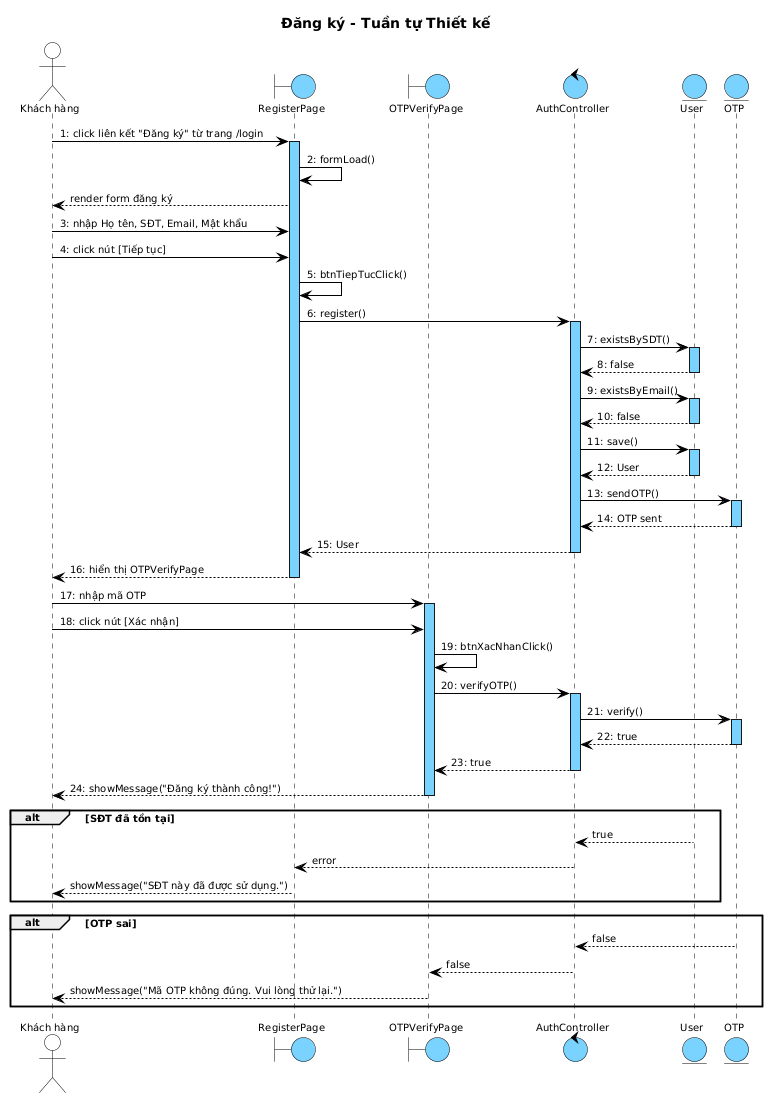
Above: docs/tabs/images/account/account_seq_register_design.png in thanhtrnnn/cnpm (PlantUML), before the change.
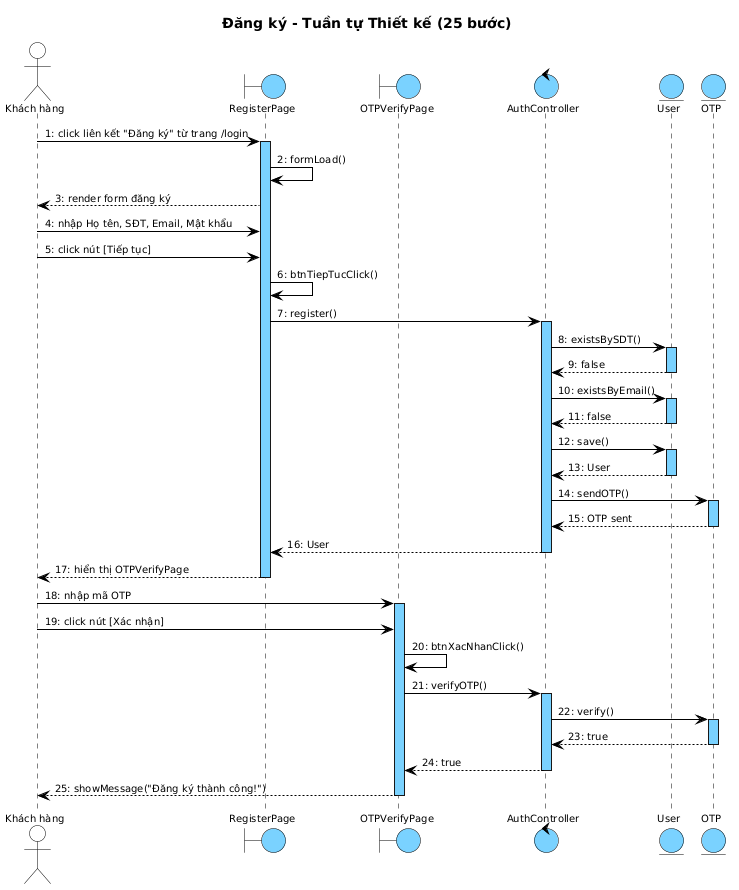
After the change.

What changed in the source:
```diff
@@ -1,23 +1,54 @@
 @startuml
 skinparam shadowing false
 skinparam SequenceMessageAlign left
+
 skinparam SequenceLifeLineBackgroundColor #7AD2FF
 skinparam SequenceLifeLineBorderColor #000000
 
 <style>
 sequenceDiagram {
-  Shadowing 0; RoundCorner 0; FontName "Arial"; FontSize 10; FontColor #000000
-  participant { BackgroundColor #7AD2FF; LineColor #000000; LineThickness 1 }
-  actor { BackgroundColor transparent; LineColor #000000 }
-  boundary { BackgroundColor #7AD2FF; LineColor #000000 }
-  control { BackgroundColor #7AD2FF; LineColor #000000 }
-  entity { BackgroundColor #7AD2FF; LineColor #000000 }
-  lifeline { LineColor #000000; LineStyle 5-5 }
-  arrow { LineColor #000000; LineThickness 1; FontSize 10 }
+  Shadowing 0
+  RoundCorner 0
+  FontName "Arial"
+  FontSize 10
+  FontColor #000000
+
+  participant {
+    BackgroundColor #7AD2FF
+    LineColor #000000
+    LineThickness 1
+  }
+
+  actor {
+    BackgroundColor transparent
+    LineColor #000000
+  }
+  boundary {
+    BackgroundColor #7AD2FF
+    LineColor #000000
+  }
+  control {
+    BackgroundColor #7AD2FF
+    LineColor #000000
+  }
+  entity {
+    BackgroundColor #7AD2FF
+    LineColor #000000
+  }
+
+  lifeline {
+    LineColor #000000
+    LineStyle 5-5
+  }
+
+  arrow {
+    LineColor #000000
+    LineThickness 1
+    FontSize 10
+  }
 }
 </style>
-
-title Đăng ký - Tuần tự Thiết kế
+title Đăng ký - Tuần tự Thiết kế (25 bước)
 
 actor "Khách hàng" as KH
 boundary RegisterPage as B1
@@ -29,57 +60,45 @@
 KH -> B1 : 1: click liên kết "Đăng ký" từ trang /login
 activate B1
 B1 -> B1 : 2: formLoad()
-B1 --> KH : render form đăng ký
-KH -> B1 : 3: nhập Họ tên, SĐT, Email, Mật khẩu
-KH -> B1 : 4: click nút [Tiếp tục]
-B1 -> B1 : 5: btnTiepTucClick()
-B1 -> C1 : 6: register()
+B1 --> KH : 3: render form đăng ký
+KH -> B1 : 4: nhập Họ tên, SĐT, Email, Mật khẩu
+KH -> B1 : 5: click nút [Tiếp tục]
+B1 -> B1 : 6: btnTiepTucClick()
+B1 -> C1 : 7: register()
 activate C1
-C1 -> E1 : 7: existsBySDT()
+C1 -> E1 : 8: existsBySDT()
 activate E1
-E1 --> C1 : 8: false
+E1 --> C1 : 9: false
 deactivate E1
-C1 -> E1 : 9: existsByEmail()
+C1 -> E1 : 10: existsByEmail()
 activate E1
-E1 --> C1 : 10: false
+E1 --> C1 : 11: false
 deactivate E1
-C1 -> E1 : 11: save()
+C1 -> E1 : 12: save()
 activate E1
-E1 --> C1 : 12: User
+E1 --> C1 : 13: User
 deactivate E1
-C1 -> E2 : 13: sendOTP()
+C1 -> E2 : 14: sendOTP()
 activate E2
-E2 --> C1 : 14: OTP sent
+E2 --> C1 : 15: OTP sent
 deactivate E2
-C1 --> B1 : 15: User
+C1 --> B1 : 16: User
 deactivate C1
-B1 --> KH : 16: hiển thị OTPVerifyPage
+B1 --> KH : 17: hiển thị OTPVerifyPage
 deactivate B1
 
-KH -> B2 : 17: nhập mã OTP
+KH -> B2 : 18: nhập mã OTP
 activate B2
-KH -> B2 : 18: click nút [Xác nhận]
-B2 -> B2 : 19: btnXacNhanClick()
-B2 -> C1 : 20: verifyOTP()
+KH -> B2 : 19: click nút [Xác nhận]
+B2 -> B2 : 20: btnXacNhanClick()
+B2 -> C1 : 21: verifyOTP()
 activate C1
-C1 -> E2 : 21: verify()
+C1 -> E2 : 22: verify()
 activate E2
-E2 --> C1 : 22: true
+E2 --> C1 : 23: true
 deactivate E2
-C1 --> B2 : 23: true
+C1 --> B2 : 24: true
 deactivate C1
-B2 --> KH : 24: showMessage("Đăng ký thành công!")
+B2 --> KH : 25: showMessage("Đăng ký thành công!")
 deactivate B2
-
-alt SĐT đã tồn tại
-  E1 --> C1 : true
-  C1 --> B1 : error
-  B1 --> KH : showMessage("SĐT này đã được sử dụng.")
-end
-
-alt OTP sai
-  E2 --> C1 : false
-  C1 --> B2 : false
-  B2 --> KH : showMessage("Mã OTP không đúng. Vui lòng thử lại.")
-end
 @enduml
```
